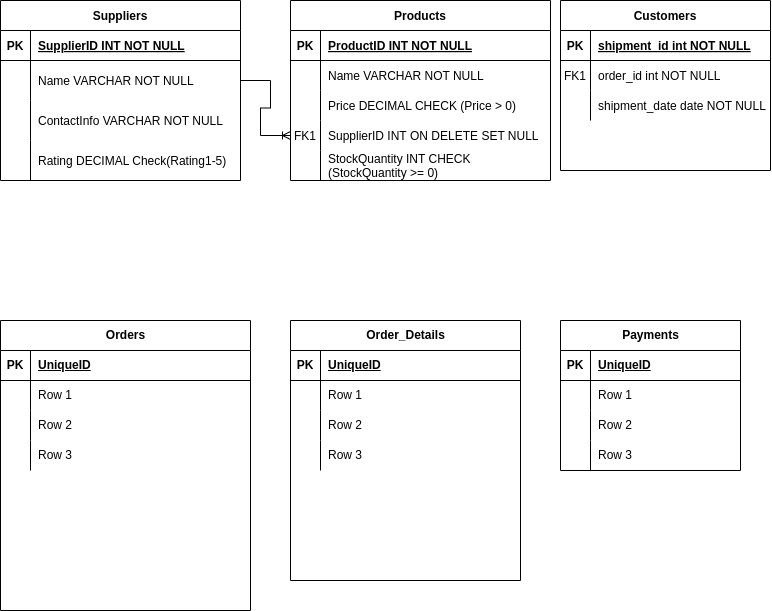
The draw.io diagram sql-task.drawio.png in mzughbor/-Project-02-, before a commit. Source tidied: cells renumbered, new cells last; positions are measured from the earlier drawing's top-left corner, leaving out a move shared by most shapes.
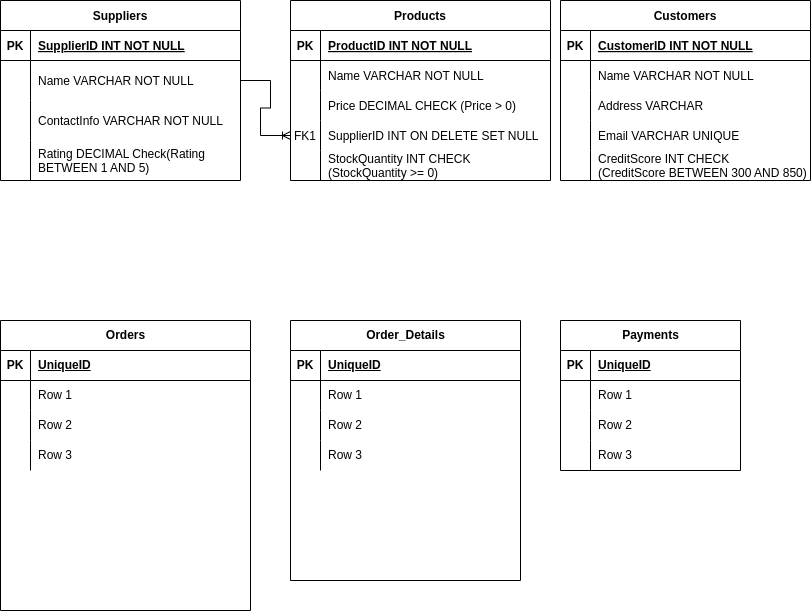
The same diagram one commit later.

The edit, as a diff of the source:
```diff
@@ -51,35 +51,53 @@
       <mxGeometry x="30" width="230" height="30" as="geometry" />
     </mxCell>
     <mxCell id="18" value="Customers" style="shape=table;startSize=30;rowLines=0;fontStyle=1;align=center;" parent="1" vertex="1">
-      <mxGeometry x="560" width="210" height="170" as="geometry" />
+      <mxGeometry x="560" width="250" height="180" as="geometry" />
     </mxCell>
     <mxCell id="19" style="shape=partialRectangle;fillColor=none;top=0;left=0;right=0;bottom=1;" parent="18" vertex="1">
-      <mxGeometry y="30" width="210" height="30" as="geometry" />
+      <mxGeometry y="30" width="250" height="30" as="geometry" />
     </mxCell>
     <mxCell id="20" value="PK" style="shape=partialRectangle;overflow=hidden;fillColor=none;top=0;left=0;bottom=0;right=0;fontStyle=1;" parent="19" vertex="1">
       <mxGeometry width="30" height="30" as="geometry" />
     </mxCell>
-    <mxCell id="21" value="shipment_id int NOT NULL " style="shape=partialRectangle;overflow=hidden;fillColor=none;top=0;left=0;bottom=0;right=0;align=left;spacingLeft=6;fontStyle=5;" parent="19" vertex="1">
-      <mxGeometry x="30" width="180" height="30" as="geometry" />
+    <mxCell id="21" value="CustomerID INT NOT NULL " style="shape=partialRectangle;overflow=hidden;fillColor=none;top=0;left=0;bottom=0;right=0;align=left;spacingLeft=6;fontStyle=5;" parent="19" vertex="1">
+      <mxGeometry x="30" width="220" height="30" as="geometry" />
     </mxCell>
     <mxCell id="22" style="shape=partialRectangle;fillColor=none;top=0;left=0;right=0;bottom=0;" parent="18" vertex="1">
-      <mxGeometry y="60" width="210" height="30" as="geometry" />
+      <mxGeometry y="60" width="250" height="30" as="geometry" />
     </mxCell>
-    <mxCell id="23" value="FK1" style="shape=partialRectangle;overflow=hidden;fillColor=none;top=0;left=0;bottom=0;right=0;" parent="22" vertex="1">
+    <mxCell id="23" style="shape=partialRectangle;overflow=hidden;fillColor=none;top=0;left=0;bottom=0;right=0;" parent="22" vertex="1">
       <mxGeometry width="30" height="30" as="geometry" />
     </mxCell>
-    <mxCell id="24" value="order_id int NOT NULL" style="shape=partialRectangle;overflow=hidden;fillColor=none;top=0;left=0;bottom=0;right=0;align=left;spacingLeft=6;" parent="22" vertex="1">
-      <mxGeometry x="30" width="180" height="30" as="geometry" />
+    <mxCell id="24" value="Name VARCHAR NOT NULL" style="shape=partialRectangle;overflow=hidden;fillColor=none;top=0;left=0;bottom=0;right=0;align=left;spacingLeft=6;" parent="22" vertex="1">
+      <mxGeometry x="30" width="220" height="30" as="geometry" />
     </mxCell>
     <mxCell id="25" style="shape=partialRectangle;fillColor=none;top=0;left=0;right=0;bottom=0;" parent="18" vertex="1">
-      <mxGeometry y="90" width="210" height="30" as="geometry" />
+      <mxGeometry y="90" width="250" height="30" as="geometry" />
     </mxCell>
     <mxCell id="26" style="shape=partialRectangle;overflow=hidden;fillColor=none;top=0;left=0;bottom=0;right=0;" parent="25" vertex="1">
       <mxGeometry width="30" height="30" as="geometry" />
     </mxCell>
-    <mxCell id="27" value="shipment_date date NOT NULL" style="shape=partialRectangle;overflow=hidden;fillColor=none;top=0;left=0;bottom=0;right=0;align=left;spacingLeft=6;" parent="25" vertex="1">
-      <mxGeometry x="30" width="180" height="30" as="geometry" />
+    <mxCell id="27" value="Address VARCHAR" style="shape=partialRectangle;overflow=hidden;fillColor=none;top=0;left=0;bottom=0;right=0;align=left;spacingLeft=6;" parent="25" vertex="1">
+      <mxGeometry x="30" width="220" height="30" as="geometry" />
     </mxCell>
+    <mxCell id="82" style="shape=partialRectangle;fillColor=none;top=0;left=0;right=0;bottom=0;" parent="18" vertex="1">
+      <mxGeometry y="120" width="250" height="30" as="geometry" />
+    </mxCell>
+    <mxCell id="83" style="shape=partialRectangle;overflow=hidden;fillColor=none;top=0;left=0;bottom=0;right=0;" parent="82" vertex="1">
+      <mxGeometry width="30" height="30" as="geometry" />
+    </mxCell>
+    <mxCell id="84" value="Email VARCHAR UNIQUE" style="shape=partialRectangle;overflow=hidden;fillColor=none;top=0;left=0;bottom=0;right=0;align=left;spacingLeft=6;" parent="82" vertex="1">
+      <mxGeometry x="30" width="220" height="30" as="geometry" />
+    </mxCell>
+    <mxCell id="85" style="shape=partialRectangle;fillColor=none;top=0;left=0;right=0;bottom=0;" parent="18" vertex="1">
+      <mxGeometry y="150" width="250" height="30" as="geometry" />
+    </mxCell>
+    <mxCell id="86" style="shape=partialRectangle;overflow=hidden;fillColor=none;top=0;left=0;bottom=0;right=0;" parent="85" vertex="1">
+      <mxGeometry width="30" height="30" as="geometry" />
+    </mxCell>
+    <mxCell id="87" value="CreditScore INT CHECK &#10;(CreditScore BETWEEN 300 AND 850)" style="shape=partialRectangle;overflow=hidden;fillColor=none;top=0;left=0;bottom=0;right=0;align=left;spacingLeft=6;" parent="85" vertex="1">
+      <mxGeometry x="30" width="220" height="30" as="geometry" />
+    </mxCell>
     <mxCell id="28" value="Suppliers" style="shape=table;startSize=30;rowLines=0;fontStyle=1;align=center;" parent="1" vertex="1">
       <mxGeometry width="240" height="180" as="geometry" />
     </mxCell>
@@ -119,7 +137,7 @@
     <mxCell id="40" style="shape=partialRectangle;overflow=hidden;fillColor=none;top=0;left=0;bottom=0;right=0;" parent="39" vertex="1">
       <mxGeometry width="30" height="40" as="geometry" />
     </mxCell>
-    <mxCell id="41" value="Rating DECIMAL Check(Rating1-5)" style="shape=partialRectangle;overflow=hidden;fillColor=none;top=0;left=0;bottom=0;right=0;align=left;spacingLeft=6;" parent="39" vertex="1">
+    <mxCell id="41" value="Rating DECIMAL Check(Rating&#10;BETWEEN 1 AND 5)" style="shape=partialRectangle;overflow=hidden;fillColor=none;top=0;left=0;bottom=0;right=0;align=left;spacingLeft=6;" parent="39" vertex="1">
       <mxGeometry x="30" width="210" height="40" as="geometry" />
     </mxCell>
     <mxCell id="42" value="Orders" style="shape=table;startSize=30;rowLines=0;fontStyle=1;align=center;html=1;" parent="1" vertex="1">
```
